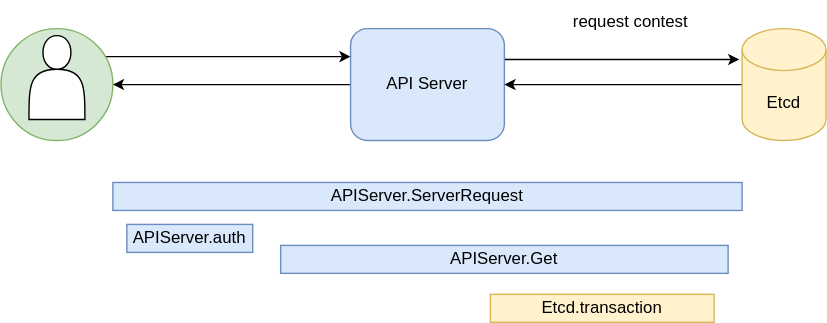
This is kubernetes/sig-instrumentation/apiserverTracing.svg from DaoCloud-OpenSource/docs, a draw.io export, as it was before one commit. Source tidied: cells renumbered, new cells last; positions are measured from the earlier drawing's top-left corner, leaving out a move shared by most shapes.
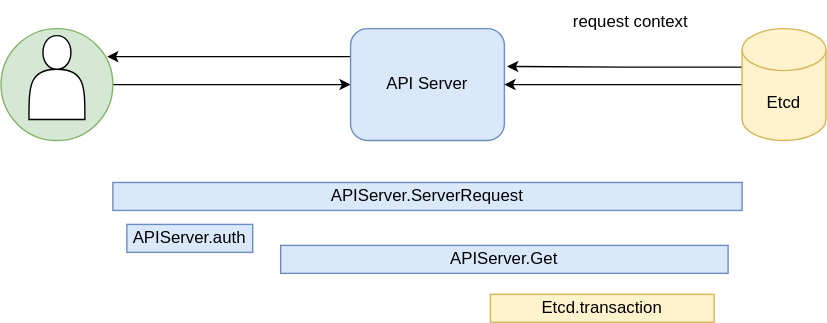
Above is the later version.

Change to the diagram source:
```diff
@@ -2,39 +2,31 @@
   <root>
     <mxCell id="0" />
     <mxCell id="1" parent="0" />
-    <mxCell id="2" style="edgeStyle=orthogonalEdgeStyle;rounded=0;jettySize=auto;html=1;exitX=1;exitY=0;exitDx=0;exitDy=0;entryX=0;entryY=0.25;entryDx=0;entryDy=0;strokeWidth=1;startSize=5;endSize=5;" parent="1" edge="1" source="3" target="6">
-      <mxGeometry relative="1" as="geometry">
-        <Array as="points">
-          <mxPoint x="68" y="40" />
-        </Array>
-      </mxGeometry>
+    <mxCell id="2" style="edgeStyle=orthogonalEdgeStyle;rounded=0;jettySize=auto;html=1;exitX=1;exitY=0.5;exitDx=0;exitDy=0;entryX=0;entryY=0.5;entryDx=0;entryDy=0;strokeWidth=1;startSize=5;endSize=5;" parent="1" edge="1" source="3" target="6">
+      <mxGeometry relative="1" as="geometry" />
     </mxCell>
     <mxCell id="3" style="ellipse;whiteSpace=wrap;html=1;fillColor=#d5e8d4;strokeColor=#82b366;" parent="1" vertex="1">
       <mxGeometry y="20" width="80" height="80" as="geometry" />
     </mxCell>
-    <mxCell id="4" style="edgeStyle=orthogonalEdgeStyle;rounded=0;jettySize=auto;html=1;exitX=0;exitY=0.5;exitDx=0;exitDy=0;entryX=1;entryY=0.5;entryDx=0;entryDy=0;strokeWidth=1;startSize=5;endSize=5;" parent="1" edge="1" source="6" target="3">
+    <mxCell id="4" style="edgeStyle=orthogonalEdgeStyle;rounded=0;jettySize=auto;html=1;exitX=0;exitY=0.25;exitDx=0;exitDy=0;entryX=0.95;entryY=0.25;entryDx=0;entryDy=0;entryPerimeter=0;strokeWidth=1;startSize=5;endSize=5;" parent="1" edge="1" source="6" target="3">
       <mxGeometry relative="1" as="geometry" />
     </mxCell>
-    <mxCell id="5" style="edgeStyle=orthogonalEdgeStyle;rounded=0;jettySize=auto;html=1;exitX=1;exitY=0.25;exitDx=0;exitDy=0;entryX=-0.033;entryY=0.275;entryDx=0;entryDy=0;entryPerimeter=0;strokeWidth=1;startSize=5;endSize=5;" parent="1" edge="1" source="6" target="8">
-      <mxGeometry relative="1" as="geometry">
-        <Array as="points">
-          <mxPoint x="360" y="42" />
-        </Array>
-      </mxGeometry>
-    </mxCell>
     <mxCell id="6" value="API Server" style="rounded=1;whiteSpace=wrap;html=1;fillColor=#dae8fc;strokeColor=#6c8ebf;" parent="1" vertex="1">
       <mxGeometry x="250" y="20" width="110" height="80" as="geometry" />
     </mxCell>
-    <mxCell id="7" style="edgeStyle=orthogonalEdgeStyle;rounded=0;jettySize=auto;html=1;exitX=0;exitY=0.5;exitDx=0;exitDy=0;exitPerimeter=0;entryX=1;entryY=0.5;entryDx=0;entryDy=0;strokeWidth=1;startSize=5;endSize=5;" parent="1" edge="1" source="8" target="6">
-      <mxGeometry relative="1" as="geometry" />
-    </mxCell>
+    <mxCell id="15" style="edgeStyle=orthogonalEdgeStyle;rounded=0;jettySize=auto;html=1;exitX=0;exitY=0.5;exitDx=0;exitDy=0;exitPerimeter=0;entryX=1;entryY=0.5;entryDx=0;entryDy=0;strokeWidth=1;startSize=5;endSize=5;" parent="1" edge="1" source="8" target="6">
+      <mxGeometry relative="1" as="geometry" />
+    </mxCell>
+    <mxCell id="16" style="edgeStyle=orthogonalEdgeStyle;rounded=0;jettySize=auto;html=1;exitX=0;exitY=0;exitDx=0;exitDy=27.5;exitPerimeter=0;entryX=1.018;entryY=0.338;entryDx=0;entryDy=0;entryPerimeter=0;strokeWidth=1;startSize=5;endSize=5;" parent="1" edge="1" source="8" target="6">
+      <mxGeometry relative="1" as="geometry" />
+    </mxCell>
     <mxCell id="8" value="Etcd" style="shape=cylinder3;whiteSpace=wrap;html=1;boundedLbl=1;backgroundOutline=1;size=15;fillColor=#fff2cc;strokeColor=#d6b656;" parent="1" vertex="1">
       <mxGeometry x="530" y="20" width="60" height="80" as="geometry" />
     </mxCell>
     <mxCell id="9" style="shape=actor;whiteSpace=wrap;html=1;" parent="1" vertex="1">
       <mxGeometry x="20" y="25" width="40" height="60" as="geometry" />
     </mxCell>
-    <mxCell id="10" value="request contest" style="text;html=1;align=center;verticalAlign=middle;strokeColor=none;fillColor=none;" parent="1" vertex="1">
+    <mxCell id="10" value="request context" style="text;html=1;align=center;verticalAlign=middle;strokeColor=none;fillColor=none;" parent="1" vertex="1">
       <mxGeometry x="394.5" width="110" height="30" as="geometry" />
     </mxCell>
     <mxCell id="11" value="APIServer.auth" style="rounded=0;whiteSpace=wrap;html=1;fillColor=#dae8fc;strokeColor=#6c8ebf;direction=south;" parent="1" vertex="1">
```
